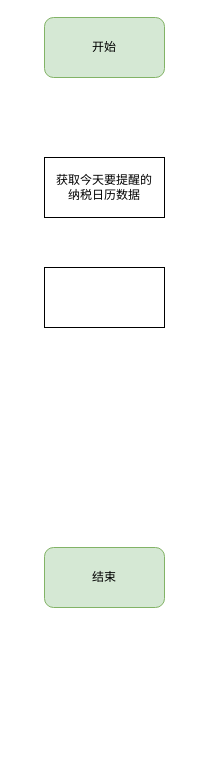
This is 未命名绘图.drawio from 4379224321/figure, a draw.io file, before an edit. Source tidied: cells renumbered, new cells numbered last; positions are measured from the earlier drawing's top-left corner, leaving out a move shared by most shapes. Both pictures are drawn from the tidied source at 100%, with x=0, y=0 at pixel (44, 17).
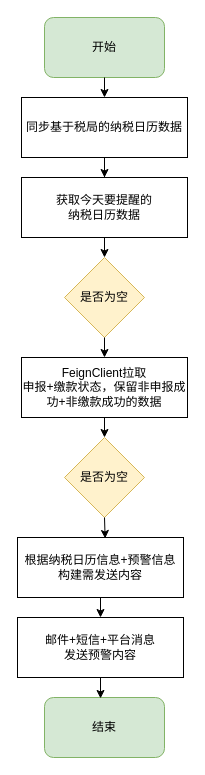
Above is the later version.

What changed in the source:
```diff
@@
 <mxGraphModel>
   <root>
     <mxCell id="0" />
     <mxCell id="1" parent="0" />
     <mxCell id="2" value="开始" style="rounded=1;whiteSpace=wrap;html=1;fillColor=#d5e8d4;strokeColor=#82b366;" parent="1" vertex="1">
       <mxGeometry width="120" height="60" as="geometry" />
     </mxCell>
     <mxCell id="3" value="结束" style="rounded=1;whiteSpace=wrap;html=1;fillColor=#d5e8d4;strokeColor=#82b366;fontSize=12;" parent="1" vertex="1">
-      <mxGeometry y="530" width="120" height="60" as="geometry" />
+      <mxGeometry y="680" width="120" height="60" as="geometry" />
     </mxCell>
     <mxCell id="4" value="获取今天要提醒的&lt;br&gt;纳税日历数据" style="rounded=0;whiteSpace=wrap;html=1;fontSize=12;" parent="1" vertex="1">
-      <mxGeometry y="140" width="120" height="60" as="geometry" />
+      <mxGeometry x="-23" y="160" width="166" height="60" as="geometry" />
     </mxCell>
-    <mxCell id="5" style="rounded=0;whiteSpace=wrap;html=1;fontSize=12;" parent="1" vertex="1">
-      <mxGeometry y="250" width="120" height="60" as="geometry" />
+    <mxCell id="5" value="FeignClient拉取&lt;br&gt;申报+缴款状态，保留非申报成功+非缴款成功的数据" style="rounded=0;whiteSpace=wrap;html=1;fontSize=12;" parent="1" vertex="1">
+      <mxGeometry x="-23" y="340" width="166" height="60" as="geometry" />
     </mxCell>
+    <mxCell id="6" style="edgeStyle=orthogonalEdgeStyle;rounded=0;jettySize=auto;html=1;entryX=0.5;entryY=0;entryDx=0;entryDy=0;" parent="1" edge="1" source="7" target="4">
+      <mxGeometry relative="1" as="geometry" />
+    </mxCell>
+    <mxCell id="7" value="同步基于税局的纳税日历数据" style="rounded=0;whiteSpace=wrap;html=1;fontSize=12;" parent="1" vertex="1">
+      <mxGeometry x="-23" y="80" width="166" height="60" as="geometry" />
+    </mxCell>
+    <mxCell id="8" value="根据纳税日历信息+预警信息&lt;br&gt;构建需发送内容" style="rounded=0;whiteSpace=wrap;html=1;fontSize=12;" parent="1" vertex="1">
+      <mxGeometry x="-27" y="520" width="166" height="60" as="geometry" />
+    </mxCell>
+    <mxCell id="9" value="是否为空" style="rhombus;whiteSpace=wrap;html=1;fillColor=#fff2cc;strokeColor=#d6b656;" parent="1" vertex="1">
+      <mxGeometry x="20" y="240" width="80" height="80" as="geometry" />
+    </mxCell>
+    <mxCell id="10" value="邮件+短信+平台消息&lt;br&gt;发送预警内容" style="rounded=0;whiteSpace=wrap;html=1;fontSize=12;" parent="1" vertex="1">
+      <mxGeometry x="-27" y="600" width="166" height="60" as="geometry" />
+    </mxCell>
+    <mxCell id="11" value="是否为空" style="rhombus;whiteSpace=wrap;html=1;fillColor=#fff2cc;strokeColor=#d6b656;" parent="1" vertex="1">
+      <mxGeometry x="20" y="420" width="80" height="80" as="geometry" />
+    </mxCell>
+    <mxCell id="12" style="endArrow=classic;html=1;rounded=0;exitX=0.5;exitY=1;exitDx=0;exitDy=0;" parent="1" edge="1" source="2" target="7">
+      <mxGeometry relative="1" as="geometry" />
+    </mxCell>
+    <mxCell id="13" style="endArrow=classic;html=1;rounded=0;exitX=0.5;exitY=1;exitDx=0;exitDy=0;entryX=0.5;entryY=0;entryDx=0;entryDy=0;" parent="1" edge="1" source="4" target="9">
+      <mxGeometry relative="1" as="geometry" />
+    </mxCell>
+    <mxCell id="14" style="endArrow=classic;html=1;rounded=0;exitX=0.5;exitY=1;exitDx=0;exitDy=0;entryX=0.5;entryY=0;entryDx=0;entryDy=0;" parent="1" edge="1" source="9" target="5">
+      <mxGeometry relative="1" as="geometry" />
+    </mxCell>
+    <mxCell id="15" style="endArrow=classic;html=1;rounded=0;exitX=0.5;exitY=1;exitDx=0;exitDy=0;entryX=0.5;entryY=0;entryDx=0;entryDy=0;" parent="1" edge="1" source="5" target="11">
+      <mxGeometry relative="1" as="geometry" />
+    </mxCell>
+    <mxCell id="16" style="endArrow=classic;html=1;rounded=0;exitX=0.5;exitY=1;exitDx=0;exitDy=0;entryX=0.528;entryY=0.016;entryDx=0;entryDy=0;entryPerimeter=0;" parent="1" edge="1" source="11" target="8">
+      <mxGeometry relative="1" as="geometry" />
+    </mxCell>
+    <mxCell id="17" style="endArrow=classic;html=1;rounded=0;exitX=0.5;exitY=1;exitDx=0;exitDy=0;" parent="1" edge="1" source="8" target="10">
+      <mxGeometry relative="1" as="geometry" />
+    </mxCell>
+    <mxCell id="18" style="endArrow=classic;html=1;rounded=0;exitX=0.5;exitY=1;exitDx=0;exitDy=0;entryX=0.467;entryY=0.016;entryDx=0;entryDy=0;entryPerimeter=0;" parent="1" edge="1" source="10" target="3">
+      <mxGeometry relative="1" as="geometry" />
+    </mxCell>
   </root>
 </mxGraphModel>
```
